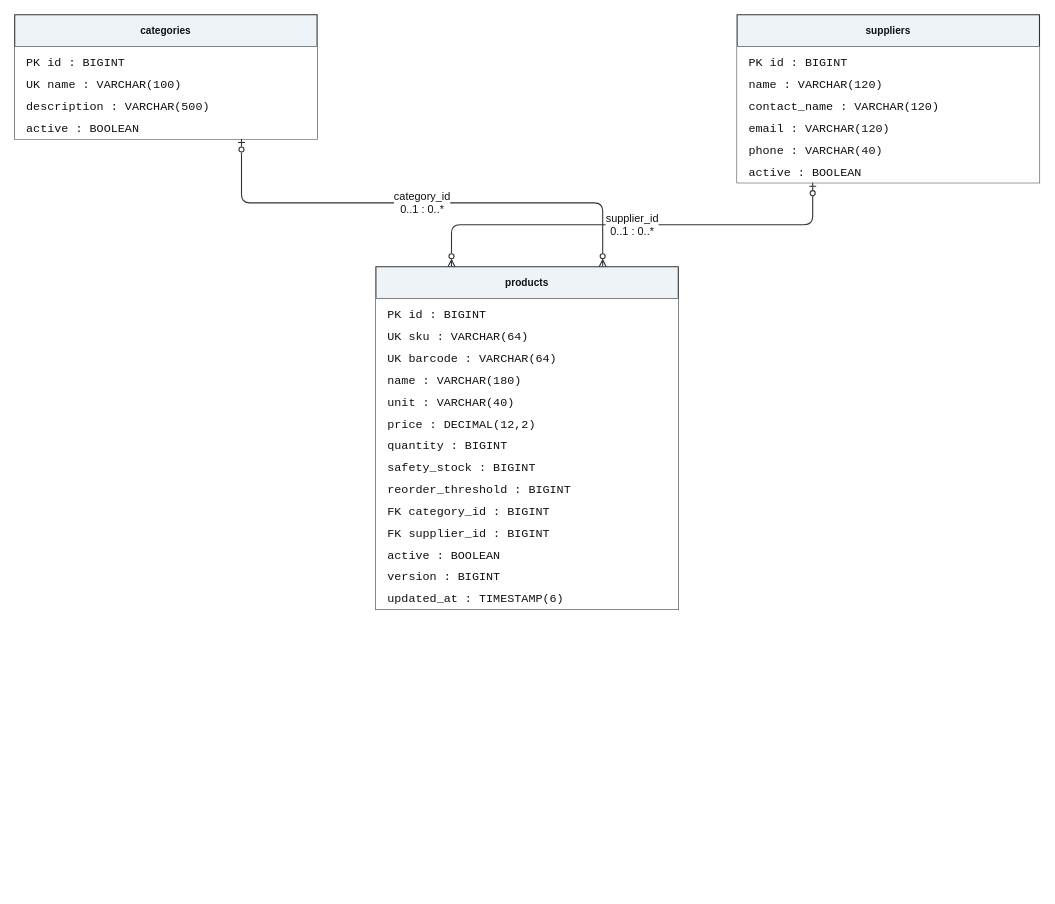
Before: thesis/figure-assets/diagrams/12-er-catalogue.drawio in ZeroRegister/SupermarketsSystem, a draw.io diagram. Source tidied: cells renumbered, new cells numbered last; positions are measured from the earlier drawing's top-left corner, leaving out a move shared by most shapes. Both pictures are drawn from the tidied source at 84%, with x=0, y=0 at pixel (14, 14).
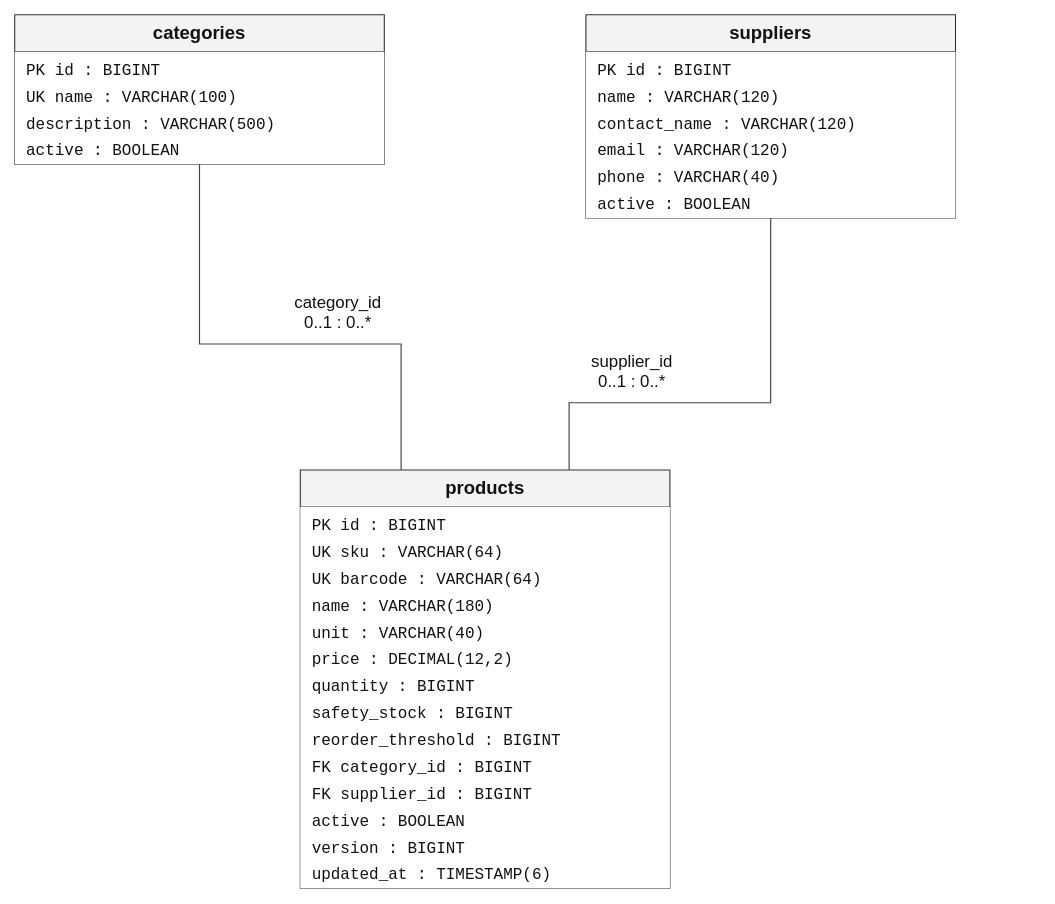
The same diagram, later.

The edit, as a diff of the source:
```diff
@@
 <mxGraphModel background="#ffffff">
   <root>
     <mxCell id="0" />
     <mxCell id="1" parent="0" />
-    <mxCell id="2" value="categories" style="whiteSpace=wrap;html=1;fontFamily=Arial;fontSize=16;fontColor=#111111;strokeColor=#333333;strokeWidth=1.3;rounded=0;fillColor=#ffffff;swimlane;startSize=38;fontStyle=1;fillColor=#eef3f8;" parent="1" vertex="1">
-      <mxGeometry width="360" height="148" as="geometry" />
+    <mxCell id="2" value="categories" style="whiteSpace=wrap;html=1;fontFamily=Arial;fontSize=22;fontColor=#111111;strokeColor=#333333;strokeWidth=1.3;rounded=0;fillColor=#ffffff;swimlane;startSize=44;fontStyle=1;fillColor=#f3f3f3;fontSize=22;" parent="1" vertex="1">
+      <mxGeometry width="440" height="178" as="geometry" />
     </mxCell>
-    <mxCell id="3" value="&lt;div style=&quot;text-align:left;font-family:monospace;font-size:14px;line-height:26px&quot;&gt;PK  id : BIGINT&lt;br&gt;UK  name : VARCHAR(100)&lt;br&gt;    description : VARCHAR(500)&lt;br&gt;    active : BOOLEAN&lt;/div&gt;" style="whiteSpace=wrap;html=1;fontFamily=Arial;fontSize=16;fontColor=#111111;strokeColor=#333333;strokeWidth=1.3;rounded=0;fillColor=#ffffff;strokeColor=none;align=left;spacingLeft=12;verticalAlign=top;" parent="2" vertex="1">
-      <mxGeometry y="38" width="360" height="110" as="geometry" />
+    <mxCell id="3" value="&lt;div style=&quot;text-align:left;font-family:monospace;font-size:19px;line-height:32px&quot;&gt;PK  id : BIGINT&lt;br&gt;UK  name : VARCHAR(100)&lt;br&gt;    description : VARCHAR(500)&lt;br&gt;    active : BOOLEAN&lt;/div&gt;" style="whiteSpace=wrap;html=1;fontFamily=Arial;fontSize=22;fontColor=#111111;strokeColor=#333333;strokeWidth=1.3;rounded=0;fillColor=#ffffff;strokeColor=none;align=left;spacingLeft=12;verticalAlign=top;fontSize=22;" parent="2" vertex="1">
+      <mxGeometry y="44" width="440" height="134" as="geometry" />
     </mxCell>
-    <mxCell id="4" value="products" style="whiteSpace=wrap;html=1;fontFamily=Arial;fontSize=16;fontColor=#111111;strokeColor=#333333;strokeWidth=1.3;rounded=0;fillColor=#ffffff;swimlane;startSize=38;fontStyle=1;fillColor=#eef3f8;" parent="1" vertex="1">
-      <mxGeometry x="430" y="300" width="360" height="408" as="geometry" />
+    <mxCell id="4" value="suppliers" style="whiteSpace=wrap;html=1;fontFamily=Arial;fontSize=22;fontColor=#111111;strokeColor=#333333;strokeWidth=1.3;rounded=0;fillColor=#ffffff;swimlane;startSize=44;fontStyle=1;fillColor=#f3f3f3;fontSize=22;" parent="1" vertex="1">
+      <mxGeometry x="680" width="440" height="242" as="geometry" />
     </mxCell>
-    <mxCell id="5" value="&lt;div style=&quot;text-align:left;font-family:monospace;font-size:14px;line-height:26px&quot;&gt;PK  id : BIGINT&lt;br&gt;UK  sku : VARCHAR(64)&lt;br&gt;UK  barcode : VARCHAR(64)&lt;br&gt;    name : VARCHAR(180)&lt;br&gt;    unit : VARCHAR(40)&lt;br&gt;    price : DECIMAL(12,2)&lt;br&gt;    quantity : BIGINT&lt;br&gt;    safety_stock : BIGINT&lt;br&gt;    reorder_threshold : BIGINT&lt;br&gt;FK  category_id : BIGINT&lt;br&gt;FK  supplier_id : BIGINT&lt;br&gt;    active : BOOLEAN&lt;br&gt;    version : BIGINT&lt;br&gt;    updated_at : TIMESTAMP(6)&lt;/div&gt;" style="whiteSpace=wrap;html=1;fontFamily=Arial;fontSize=16;fontColor=#111111;strokeColor=#333333;strokeWidth=1.3;rounded=0;fillColor=#ffffff;strokeColor=none;align=left;spacingLeft=12;verticalAlign=top;" parent="4" vertex="1">
-      <mxGeometry y="38" width="360" height="370" as="geometry" />
+    <mxCell id="5" value="&lt;div style=&quot;text-align:left;font-family:monospace;font-size:19px;line-height:32px&quot;&gt;PK  id : BIGINT&lt;br&gt;    name : VARCHAR(120)&lt;br&gt;    contact_name : VARCHAR(120)&lt;br&gt;    email : VARCHAR(120)&lt;br&gt;    phone : VARCHAR(40)&lt;br&gt;    active : BOOLEAN&lt;/div&gt;" style="whiteSpace=wrap;html=1;fontFamily=Arial;fontSize=22;fontColor=#111111;strokeColor=#333333;strokeWidth=1.3;rounded=0;fillColor=#ffffff;strokeColor=none;align=left;spacingLeft=12;verticalAlign=top;fontSize=22;" parent="4" vertex="1">
+      <mxGeometry y="44" width="440" height="198" as="geometry" />
     </mxCell>
-    <mxCell id="6" value="suppliers" style="whiteSpace=wrap;html=1;fontFamily=Arial;fontSize=16;fontColor=#111111;strokeColor=#333333;strokeWidth=1.3;rounded=0;fillColor=#ffffff;swimlane;startSize=38;fontStyle=1;fillColor=#eef3f8;" parent="1" vertex="1">
-      <mxGeometry x="860" width="360" height="200" as="geometry" />
+    <mxCell id="6" value="products" style="whiteSpace=wrap;html=1;fontFamily=Arial;fontSize=22;fontColor=#111111;strokeColor=#333333;strokeWidth=1.3;rounded=0;fillColor=#ffffff;swimlane;startSize=44;fontStyle=1;fillColor=#f3f3f3;fontSize=22;" parent="1" vertex="1">
+      <mxGeometry x="340" y="542" width="440" height="498" as="geometry" />
     </mxCell>
-    <mxCell id="7" value="&lt;div style=&quot;text-align:left;font-family:monospace;font-size:14px;line-height:26px&quot;&gt;PK  id : BIGINT&lt;br&gt;    name : VARCHAR(120)&lt;br&gt;    contact_name : VARCHAR(120)&lt;br&gt;    email : VARCHAR(120)&lt;br&gt;    phone : VARCHAR(40)&lt;br&gt;    active : BOOLEAN&lt;/div&gt;" style="whiteSpace=wrap;html=1;fontFamily=Arial;fontSize=16;fontColor=#111111;strokeColor=#333333;strokeWidth=1.3;rounded=0;fillColor=#ffffff;strokeColor=none;align=left;spacingLeft=12;verticalAlign=top;" parent="6" vertex="1">
-      <mxGeometry y="38" width="360" height="162" as="geometry" />
+    <mxCell id="7" value="&lt;div style=&quot;text-align:left;font-family:monospace;font-size:19px;line-height:32px&quot;&gt;PK  id : BIGINT&lt;br&gt;UK  sku : VARCHAR(64)&lt;br&gt;UK  barcode : VARCHAR(64)&lt;br&gt;    name : VARCHAR(180)&lt;br&gt;    unit : VARCHAR(40)&lt;br&gt;    price : DECIMAL(12,2)&lt;br&gt;    quantity : BIGINT&lt;br&gt;    safety_stock : BIGINT&lt;br&gt;    reorder_threshold : BIGINT&lt;br&gt;FK  category_id : BIGINT&lt;br&gt;FK  supplier_id : BIGINT&lt;br&gt;    active : BOOLEAN&lt;br&gt;    version : BIGINT&lt;br&gt;    updated_at : TIMESTAMP(6)&lt;/div&gt;" style="whiteSpace=wrap;html=1;fontFamily=Arial;fontSize=22;fontColor=#111111;strokeColor=#333333;strokeWidth=1.3;rounded=0;fillColor=#ffffff;strokeColor=none;align=left;spacingLeft=12;verticalAlign=top;fontSize=22;" parent="6" vertex="1">
+      <mxGeometry y="44" width="440" height="454" as="geometry" />
     </mxCell>
-    <mxCell id="8" value="category_id&#10;0..1 : 0..*" style="whiteSpace=wrap;html=1;fontFamily=Arial;fontSize=16;fontColor=#111111;strokeColor=#333333;strokeWidth=1.3;edgeStyle=orthogonalEdgeStyle;rounded=1;jettySize=auto;fontSize=13;whiteSpace=nowrap;labelBackgroundColor=#ffffff;endArrow=block;endFill=1;exitX=0.75;exitY=1;entryX=0.75;entryY=0;endArrow=ERzeroToMany;startArrow=ERzeroToOne;endFill=0;startFill=0;" parent="1" edge="1" source="2" target="4">
-      <mxGeometry relative="1" as="geometry" />
+    <mxCell id="8" style="html=1;rounded=0;strokeColor=#444444;strokeWidth=1.4;endArrow=none;endFill=1;" parent="1" edge="1">
+      <mxGeometry relative="1" as="geometry">
+        <mxPoint x="220" y="178" as="sourcePoint" />
+        <mxPoint x="460" y="542" as="targetPoint" />
+        <Array as="points">
+          <mxPoint x="220" y="392" />
+          <mxPoint x="460" y="392" />
+        </Array>
+      </mxGeometry>
     </mxCell>
-    <mxCell id="9" value="supplier_id&#10;0..1 : 0..*" style="whiteSpace=wrap;html=1;fontFamily=Arial;fontSize=16;fontColor=#111111;strokeColor=#333333;strokeWidth=1.3;edgeStyle=orthogonalEdgeStyle;rounded=1;jettySize=auto;fontSize=13;whiteSpace=nowrap;labelBackgroundColor=#ffffff;endArrow=block;endFill=1;exitX=0.25;exitY=1;entryX=0.25;entryY=0;endArrow=ERzeroToMany;startArrow=ERzeroToOne;endFill=0;startFill=0;" parent="1" edge="1" source="6" target="4">
-      <mxGeometry relative="1" as="geometry" />
+    <mxCell id="9" value="category_id&#10;0..1 : 0..*" style="whiteSpace=wrap;html=1;fontFamily=Arial;fontSize=22;fontColor=#111111;strokeColor=#333333;strokeWidth=1.3;rounded=0;fillColor=#ffffff;strokeColor=none;fillColor=#ffffff;fontSize=20;fontSize=20;" parent="1" vertex="1">
+      <mxGeometry x="260" y="322" width="250" height="64" as="geometry" />
     </mxCell>
+    <mxCell id="10" style="html=1;rounded=0;strokeColor=#444444;strokeWidth=1.4;endArrow=none;endFill=1;" parent="1" edge="1">
+      <mxGeometry relative="1" as="geometry">
+        <mxPoint x="900" y="242" as="sourcePoint" />
+        <mxPoint x="660" y="542" as="targetPoint" />
+        <Array as="points">
+          <mxPoint x="900" y="462" />
+          <mxPoint x="660" y="462" />
+        </Array>
+      </mxGeometry>
+    </mxCell>
+    <mxCell id="11" value="supplier_id&#10;0..1 : 0..*" style="whiteSpace=wrap;html=1;fontFamily=Arial;fontSize=22;fontColor=#111111;strokeColor=#333333;strokeWidth=1.3;rounded=0;fillColor=#ffffff;strokeColor=none;fillColor=#ffffff;fontSize=20;fontSize=20;" parent="1" vertex="1">
+      <mxGeometry x="610" y="392" width="250" height="64" as="geometry" />
+    </mxCell>
   </root>
 </mxGraphModel>
```
